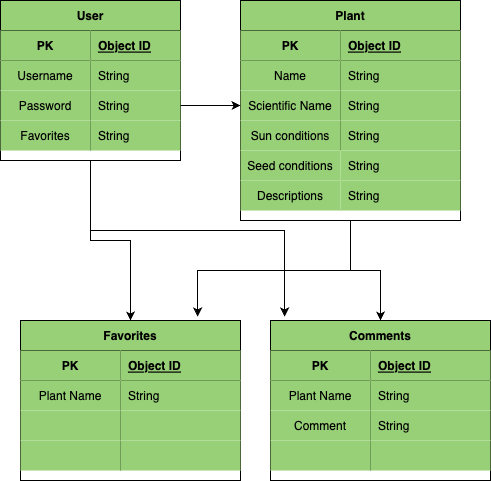
The draw.io diagram images/erd.png in amishizaki/i-garden, before a commit. Source tidied: cells renumbered, new cells last; positions are measured from the earlier drawing's top-left corner, leaving out a move shared by most shapes.
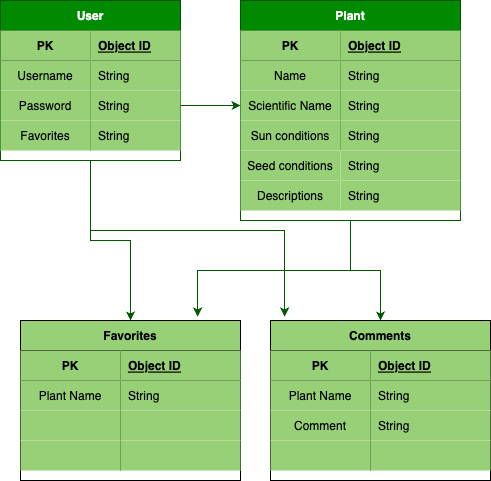
After the change.

What changed in the source:
```diff
@@ -2,17 +2,17 @@
   <root>
     <mxCell id="0" />
     <mxCell id="1" parent="0" />
-    <mxCell id="2" style="edgeStyle=orthogonalEdgeStyle;rounded=0;jettySize=auto;html=1;exitX=0.5;exitY=1;exitDx=0;exitDy=0;entryX=0.5;entryY=0;entryDx=0;entryDy=0;" parent="1" edge="1" source="4" target="37">
+    <mxCell id="2" style="edgeStyle=orthogonalEdgeStyle;rounded=0;jettySize=auto;html=1;exitX=0.5;exitY=1;exitDx=0;exitDy=0;entryX=0.5;entryY=0;entryDx=0;entryDy=0;fillColor=#008a00;strokeColor=#005700;" parent="1" edge="1" source="4" target="37">
       <mxGeometry relative="1" as="geometry" />
     </mxCell>
-    <mxCell id="3" style="edgeStyle=orthogonalEdgeStyle;rounded=0;jettySize=auto;html=1;entryX=0.064;entryY=-0.025;entryDx=0;entryDy=0;entryPerimeter=0;" parent="1" edge="1" source="4" target="50">
+    <mxCell id="3" style="edgeStyle=orthogonalEdgeStyle;rounded=0;jettySize=auto;html=1;entryX=0.064;entryY=-0.025;entryDx=0;entryDy=0;entryPerimeter=0;fillColor=#008a00;strokeColor=#005700;" parent="1" edge="1" source="4" target="50">
       <mxGeometry relative="1" as="geometry">
         <Array as="points">
           <mxPoint x="284" y="230" />
         </Array>
       </mxGeometry>
     </mxCell>
-    <mxCell id="4" value="User" style="shape=table;startSize=30;rowLines=0;fontStyle=1;align=center;fillColor=#97D077;labelBackgroundColor=none;strokeColor=default;gradientColor=none;" parent="1" vertex="1">
+    <mxCell id="4" value="User" style="shape=table;startSize=30;rowLines=0;fontStyle=1;align=center;fillColor=#008a00;labelBackgroundColor=none;strokeColor=#005700;fontColor=#ffffff;" parent="1" vertex="1">
       <mxGeometry width="180" height="160" as="geometry" />
     </mxCell>
     <mxCell id="5" style="shape=tableRow;horizontal=0;startSize=0;swimlaneHead=0;swimlaneBody=0;fillColor=none;top=0;left=0;right=0;bottom=1;" parent="4" vertex="1">
@@ -51,13 +51,13 @@
     <mxCell id="16" value="String" style="shape=partialRectangle;fillColor=#97D077;top=0;left=0;bottom=0;right=0;align=left;spacingLeft=6;overflow=hidden;gradientColor=#97d077;strokeColor=#82b366;" parent="14" vertex="1">
       <mxGeometry x="90" width="90" height="30" as="geometry" />
     </mxCell>
-    <mxCell id="17" style="edgeStyle=orthogonalEdgeStyle;rounded=0;jettySize=auto;html=1;entryX=0.5;entryY=0;entryDx=0;entryDy=0;" parent="1" edge="1" source="19" target="50">
+    <mxCell id="17" style="edgeStyle=orthogonalEdgeStyle;rounded=0;jettySize=auto;html=1;entryX=0.5;entryY=0;entryDx=0;entryDy=0;fillColor=#008a00;strokeColor=#005700;" parent="1" edge="1" source="19" target="50">
       <mxGeometry relative="1" as="geometry" />
     </mxCell>
-    <mxCell id="18" style="edgeStyle=orthogonalEdgeStyle;rounded=0;jettySize=auto;html=1;entryX=0.805;entryY=-0.025;entryDx=0;entryDy=0;entryPerimeter=0;" parent="1" edge="1" source="19" target="37">
+    <mxCell id="18" style="edgeStyle=orthogonalEdgeStyle;rounded=0;jettySize=auto;html=1;entryX=0.805;entryY=-0.025;entryDx=0;entryDy=0;entryPerimeter=0;fillColor=#008a00;strokeColor=#005700;" parent="1" edge="1" source="19" target="37">
       <mxGeometry relative="1" as="geometry" />
     </mxCell>
-    <mxCell id="19" value="Plant" style="shape=table;startSize=30;rowLines=0;fontStyle=1;align=center;fillColor=#97D077;" parent="1" vertex="1">
+    <mxCell id="19" value="Plant" style="shape=table;startSize=30;rowLines=0;fontStyle=1;align=center;fillColor=#008a00;fontColor=#ffffff;strokeColor=#005700;" parent="1" vertex="1">
       <mxGeometry x="240" width="220" height="220" as="geometry" />
     </mxCell>
     <mxCell id="20" style="shape=tableRow;horizontal=0;startSize=0;swimlaneHead=0;swimlaneBody=0;fillColor=none;top=0;left=0;right=0;bottom=1;" parent="19" vertex="1">
@@ -108,7 +108,7 @@
     <mxCell id="35" value="String" style="shape=partialRectangle;fillColor=#97D077;top=0;left=0;bottom=0;right=0;align=left;spacingLeft=6;overflow=hidden;" parent="1" vertex="1">
       <mxGeometry x="340" y="180" width="120" height="30" as="geometry" />
     </mxCell>
-    <mxCell id="36" style="edgeStyle=orthogonalEdgeStyle;rounded=0;jettySize=auto;html=1;exitX=1;exitY=0.5;exitDx=0;exitDy=0;entryX=0;entryY=0.5;entryDx=0;entryDy=0;" parent="1" edge="1" source="11" target="26">
+    <mxCell id="36" style="edgeStyle=orthogonalEdgeStyle;rounded=0;jettySize=auto;html=1;exitX=1;exitY=0.5;exitDx=0;exitDy=0;entryX=0;entryY=0.5;entryDx=0;entryDy=0;fillColor=#008a00;strokeColor=#005700;" parent="1" edge="1" source="11" target="26">
       <mxGeometry relative="1" as="geometry" />
     </mxCell>
     <mxCell id="37" value="Favorites" style="shape=table;startSize=30;rowLines=0;fontStyle=1;align=center;fillColor=#97D077;" parent="1" vertex="1">
```
